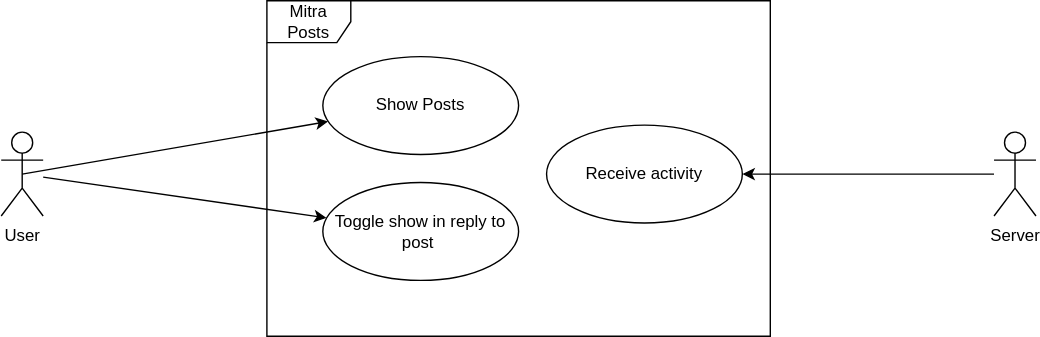
mitra-social/docs keeps this draw.io diagram as documents/use-cases/use-case-posts.svg. Above is the earlier version. Source tidied: cells renumbered, new cells last; positions are measured from the earlier drawing's top-left corner, leaving out a move shared by most shapes.
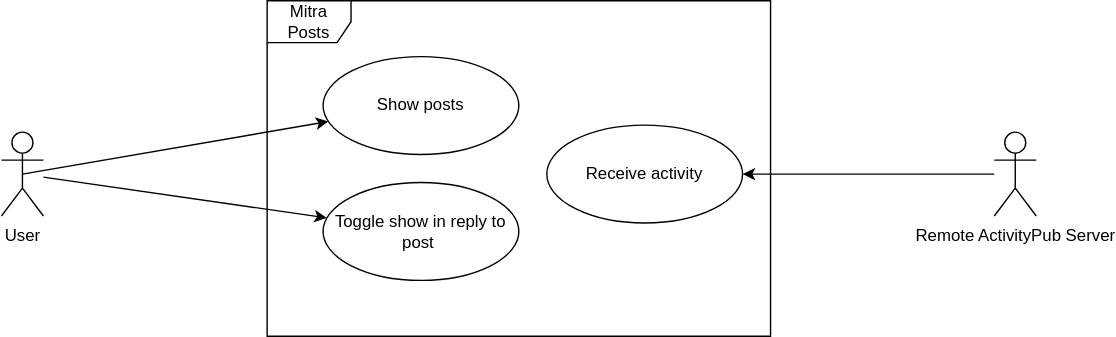
Above is the later version.

Commit message:
Update use cases

The edit, as a diff of the source:
```diff
@@ -5,7 +5,7 @@
     <mxCell id="2" value="Mitra Posts" style="shape=umlFrame;whiteSpace=wrap;html=1;" parent="1" vertex="1">
       <mxGeometry x="190" width="360" height="240" as="geometry" />
     </mxCell>
-    <mxCell id="3" value="Show Posts" style="ellipse;whiteSpace=wrap;html=1;" parent="1" vertex="1">
+    <mxCell id="3" value="Show posts" style="ellipse;whiteSpace=wrap;html=1;" parent="1" vertex="1">
       <mxGeometry x="230" y="40" width="140" height="70" as="geometry" />
     </mxCell>
     <mxCell id="4" value="Toggle show in reply to post&amp;nbsp;" style="ellipse;whiteSpace=wrap;html=1;" parent="1" vertex="1">
@@ -26,7 +26,7 @@
     <mxCell id="9" style="edgeStyle=orthogonalEdgeStyle;rounded=0;jettySize=auto;html=1;entryX=1;entryY=0.5;entryDx=0;entryDy=0;" parent="1" edge="1" source="10" target="5">
       <mxGeometry relative="1" as="geometry" />
     </mxCell>
-    <mxCell id="10" value="Server&lt;br&gt;" style="shape=umlActor;verticalLabelPosition=bottom;labelBackgroundColor=#ffffff;verticalAlign=top;html=1;" parent="1" vertex="1">
+    <mxCell id="10" value="Remote ActivityPub Server" style="shape=umlActor;verticalLabelPosition=bottom;labelBackgroundColor=#ffffff;verticalAlign=top;html=1;" parent="1" vertex="1">
       <mxGeometry x="710" y="94" width="30" height="60" as="geometry" />
     </mxCell>
   </root>
```
